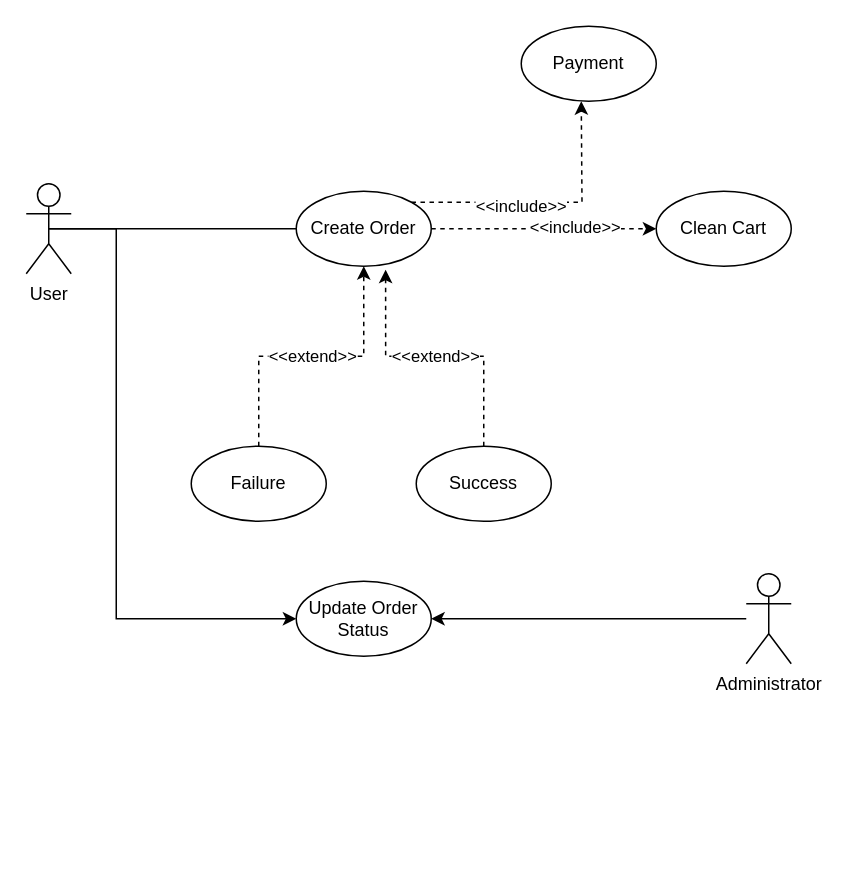
rusvlp/UML keeps this draw.io diagram as diagrams/Use case store.drawio. Above is the earlier version. Source tidied: cells renumbered, new cells numbered last; positions are measured from the earlier drawing's top-left corner, leaving out a move shared by most shapes. Both pictures are drawn from the tidied source at 150%, with x=0, y=0 at pixel (26, 26).
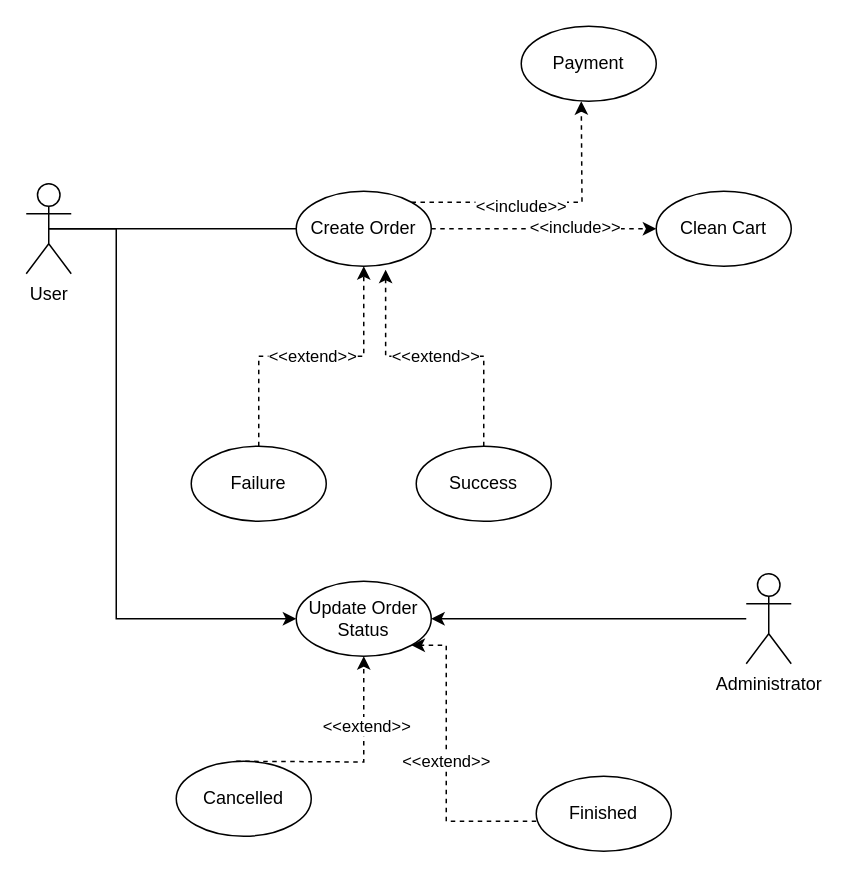
After the change.

The change refers to these unchanged cells:
```xml
<mxCell id="19" value="Update Order Status" style="ellipse;whiteSpace=wrap;html=1;" parent="1" vertex="1">
  <mxGeometry x="180" y="370" width="90" height="50" as="geometry" />
</mxCell>
```

Diff of the diagram source:
```diff
@@
+    <mxCell id="20" style="edgeStyle=orthogonalEdgeStyle;rounded=0;jettySize=auto;html=1;exitX=0.5;exitY=1;exitDx=0;exitDy=0;endArrow=classic;endFill=1;entryX=0.5;entryY=1;entryDx=0;entryDy=0;dashed=1;" parent="1" edge="1" target="19">
+      <mxGeometry relative="1" as="geometry">
+        <mxPoint x="140" y="490" as="sourcePoint" />
+      </mxGeometry>
+    </mxCell>
+    <mxCell id="21" value="&amp;lt;&amp;lt;extend&amp;gt;&amp;gt;" style="edgeLabel;html=1;align=center;verticalAlign=middle;" parent="20" vertex="1">
+      <mxGeometry x="0.4" y="-1" relative="1" as="geometry" />
+    </mxCell>
+    <mxCell id="22" value="&amp;lt;&amp;lt;extend&amp;gt;&amp;gt;" style="edgeStyle=orthogonalEdgeStyle;rounded=0;jettySize=auto;html=1;exitX=1;exitY=1;exitDx=0;exitDy=0;endArrow=classic;endFill=1;entryX=1;entryY=1;entryDx=0;entryDy=0;dashed=1;" parent="1" edge="1" target="19">
+      <mxGeometry relative="1" as="geometry">
+        <mxPoint x="340" y="530" as="sourcePoint" />
+        <Array as="points">
+          <mxPoint x="280" y="530" />
+          <mxPoint x="280" y="413" />
+        </Array>
+      </mxGeometry>
+    </mxCell>
@@
+    <mxCell id="23" value="Cancelled" style="ellipse;whiteSpace=wrap;html=1;" parent="1" vertex="1">
+      <mxGeometry x="100" y="490" width="90" height="50" as="geometry" />
+    </mxCell>
+    <mxCell id="24" value="Finished" style="ellipse;whiteSpace=wrap;html=1;" parent="1" vertex="1">
+      <mxGeometry x="340" y="500" width="90" height="50" as="geometry" />
+    </mxCell>
```
